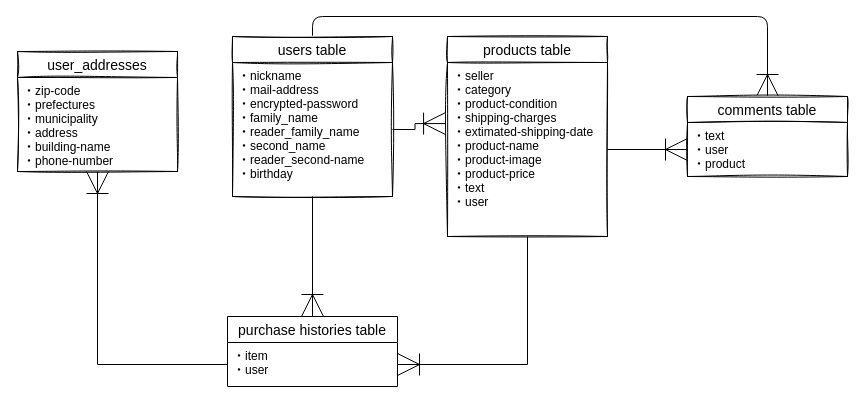
Earlier version of the draw.io diagram furima.dio (jaxzzxaj/furima-33994). Source tidied: cells renumbered, new cells numbered last; positions are measured from the earlier drawing's top-left corner, leaving out a move shared by most shapes. Both pictures are drawn from the tidied source at 100%, with x=0, y=0 at pixel (17, 36).
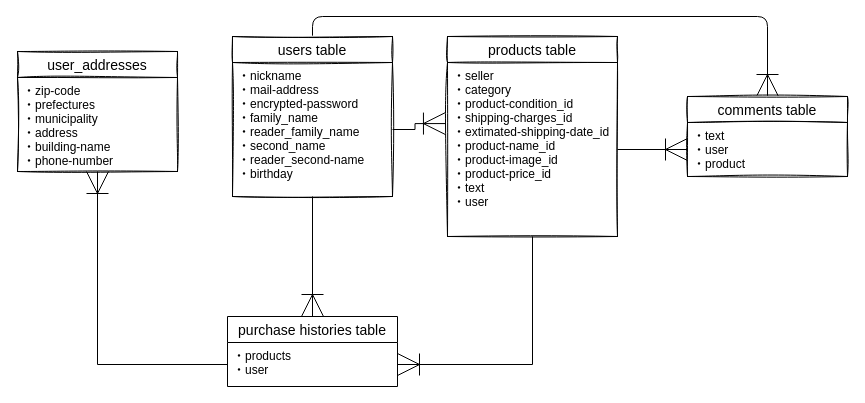
The same page after the edit.

Diff of the diagram source:
```diff
@@
 <mxGraphModel>
   <root>
     <mxCell id="0" />
     <mxCell id="1" parent="0" />
     <mxCell id="2" style="edgeStyle=orthogonalEdgeStyle;rounded=1;sketch=0;jettySize=auto;html=1;exitX=0.5;exitY=0;exitDx=0;exitDy=0;entryX=0.5;entryY=0;entryDx=0;entryDy=0;startSize=20;endArrow=ERoneToMany;endFill=0;endSize=20;" parent="1" edge="1" source="3" target="7">
       <mxGeometry relative="1" as="geometry" />
     </mxCell>
     <mxCell id="3" value="users table" style="swimlane;fontStyle=0;horizontal=1;startSize=26;align=center;fontSize=14;rounded=0;sketch=1;" parent="1" vertex="1">
       <mxGeometry x="215" width="160" height="160" as="geometry" />
     </mxCell>
     <mxCell id="4" value="・nickname&#10;・mail-address&#10;・encrypted-password&#10;・family_name&#10;・reader_family_name&#10;・second_name&#10;・reader_second-name&#10;・birthday&#10;" style="text;strokeColor=none;fillColor=none;spacingLeft=4;spacingRight=4;overflow=hidden;points=[[0,0.5],[1,0.5]];portConstraint=eastwest;fontSize=12;" parent="3" vertex="1">
       <mxGeometry y="26" width="160" height="134" as="geometry" />
     </mxCell>
     <mxCell id="5" value="products table" style="swimlane;fontStyle=0;horizontal=1;startSize=26;align=center;fontSize=14;rounded=0;sketch=1;" parent="1" vertex="1">
-      <mxGeometry x="430" width="160" height="200" as="geometry" />
+      <mxGeometry x="430" width="170" height="200" as="geometry" />
     </mxCell>
-    <mxCell id="6" value="・seller&#10;・category&#10;・product-condition&#10;・shipping-charges&#10;・extimated-shipping-date&#10;・product-name&#10;・product-image&#10;・product-price&#10;・text&#10;・user" style="text;strokeColor=none;fillColor=none;spacingLeft=4;spacingRight=4;overflow=hidden;points=[[0,0.5],[1,0.5]];portConstraint=eastwest;fontSize=12;sketch=0;shadow=0;" parent="5" vertex="1">
-      <mxGeometry y="26" width="160" height="174" as="geometry" />
+    <mxCell id="6" value="・seller&#10;・category&#10;・product-condition_id&#10;・shipping-charges_id&#10;・extimated-shipping-date_id&#10;・product-name_id&#10;・product-image_id&#10;・product-price_id&#10;・text&#10;・user" style="text;strokeColor=none;fillColor=none;spacingLeft=4;spacingRight=4;overflow=hidden;points=[[0,0.5],[1,0.5]];portConstraint=eastwest;fontSize=12;sketch=0;shadow=0;" parent="5" vertex="1">
+      <mxGeometry y="26" width="170" height="174" as="geometry" />
     </mxCell>
     <mxCell id="7" value="comments table" style="swimlane;fontStyle=0;horizontal=1;startSize=26;align=center;fontSize=14;rounded=0;sketch=1;" parent="1" vertex="1">
       <mxGeometry x="670" y="60" width="160" height="80" as="geometry" />
     </mxCell>
     <mxCell id="8" value="・text&#10;・user&#10;・product&#10;" style="text;strokeColor=none;fillColor=none;spacingLeft=4;spacingRight=4;overflow=hidden;points=[[0,0.5],[1,0.5]];portConstraint=eastwest;fontSize=12;sketch=0;shadow=0;" parent="7" vertex="1">
       <mxGeometry y="26" width="160" height="54" as="geometry" />
     </mxCell>
     <mxCell id="9" value="user_addresses" style="swimlane;fontStyle=0;horizontal=1;startSize=26;align=center;fontSize=14;rounded=0;sketch=1;" parent="1" vertex="1">
       <mxGeometry y="15" width="160" height="120" as="geometry" />
     </mxCell>
     <mxCell id="10" value="・zip-code&#10;・prefectures&#10;・municipality&#10;・address&#10;・building-name&#10;・phone-number&#10;" style="text;strokeColor=none;fillColor=none;spacingLeft=4;spacingRight=4;overflow=hidden;fontSize=12;sketch=0;shadow=0;" parent="9" vertex="1">
       <mxGeometry y="26" width="160" height="94" as="geometry" />
     </mxCell>
     <mxCell id="11" style="edgeStyle=none;rounded=1;sketch=0;jettySize=auto;html=1;exitX=1;exitY=0.5;exitDx=0;exitDy=0;endArrow=ERoneToMany;endFill=0;endSize=20;" parent="1" edge="1" source="6" target="8">
       <mxGeometry relative="1" as="geometry" />
     </mxCell>
     <mxCell id="12" style="edgeStyle=orthogonalEdgeStyle;rounded=0;jettySize=auto;html=1;endArrow=ERoneToMany;endFill=0;endSize=20;entryX=0.5;entryY=0;entryDx=0;entryDy=0;" parent="1" edge="1" source="3" target="13">
       <mxGeometry relative="1" as="geometry" />
     </mxCell>
     <mxCell id="13" value="purchase histories table" style="swimlane;fontStyle=0;horizontal=1;startSize=26;align=center;fontSize=14;" parent="1" vertex="1">
       <mxGeometry x="210" y="280" width="170" height="70" as="geometry" />
     </mxCell>
-    <mxCell id="14" value="・item&#10;・user" style="text;strokeColor=none;fillColor=none;spacingLeft=4;spacingRight=4;overflow=hidden;points=[[0,0.5],[1,0.5]];portConstraint=eastwest;fontSize=12;" parent="13" vertex="1">
+    <mxCell id="14" value="・products&#10;・user" style="text;strokeColor=none;fillColor=none;spacingLeft=4;spacingRight=4;overflow=hidden;points=[[0,0.5],[1,0.5]];portConstraint=eastwest;fontSize=12;" parent="13" vertex="1">
       <mxGeometry y="26" width="170" height="44" as="geometry" />
     </mxCell>
     <mxCell id="15" style="edgeStyle=orthogonalEdgeStyle;rounded=0;jettySize=auto;html=1;exitX=1;exitY=0.5;exitDx=0;exitDy=0;entryX=-0.012;entryY=0.351;entryDx=0;entryDy=0;entryPerimeter=0;endSize=20;endArrow=ERoneToMany;endFill=0;" parent="1" edge="1" source="4" target="6">
       <mxGeometry relative="1" as="geometry" />
     </mxCell>
     <mxCell id="16" style="edgeStyle=orthogonalEdgeStyle;rounded=0;jettySize=auto;html=1;endArrow=ERoneToMany;endFill=0;endSize=20;entryX=1;entryY=0.5;entryDx=0;entryDy=0;" parent="1" edge="1" source="5" target="14">
       <mxGeometry relative="1" as="geometry" />
     </mxCell>
     <mxCell id="17" style="edgeStyle=orthogonalEdgeStyle;rounded=0;jettySize=auto;html=1;exitX=0;exitY=0.5;exitDx=0;exitDy=0;endArrow=ERoneToMany;endFill=0;endSize=20;" parent="1" edge="1" source="14" target="9">
       <mxGeometry relative="1" as="geometry" />
     </mxCell>
   </root>
 </mxGraphModel>
```
